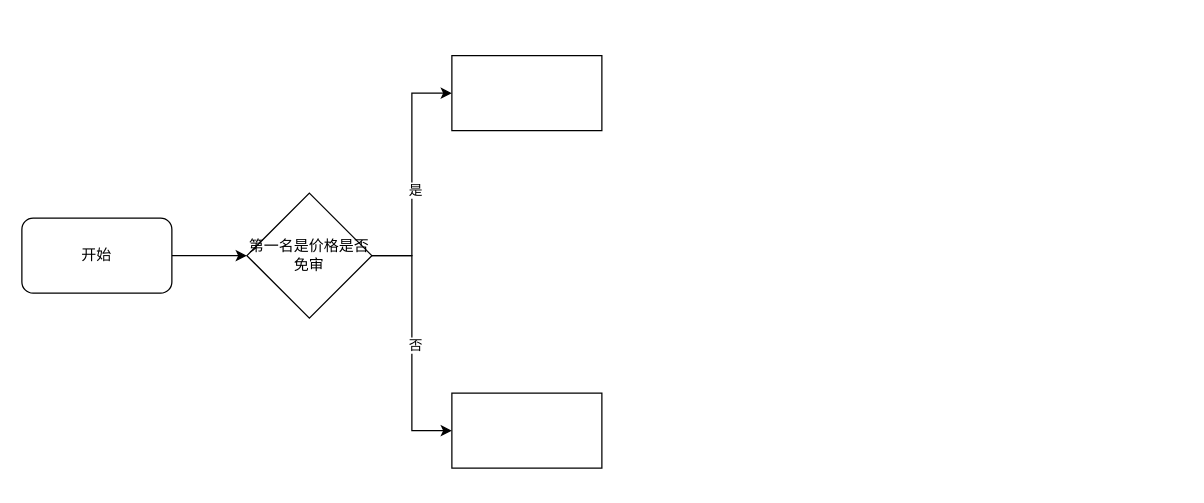
The draw.io diagram moji/信息流素材审核流程图.drawio in HengqianSong/drawIO, before the edit. Source tidied: cells renumbered, new cells numbered last; positions are measured from the earlier drawing's top-left corner, leaving out a move shared by most shapes. Both pictures are drawn from the tidied source at 125%, with x=0, y=0 at pixel (21, 55).
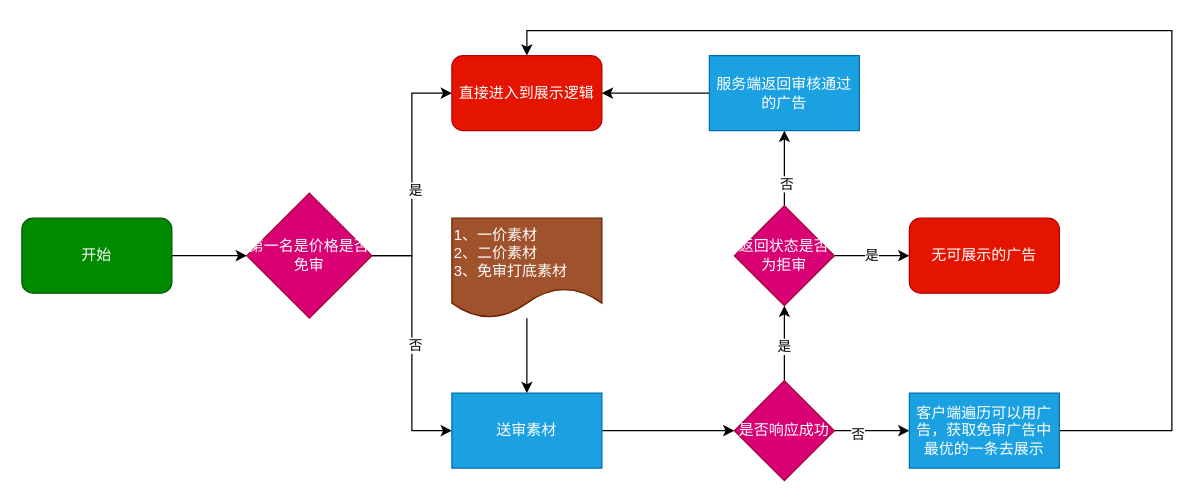
The same diagram, later.

Commit message (it also covers changes not shown here):
更新信息流素材审核流程图.drawio

Change to the diagram source:
```diff
@@
-    <mxCell id="3" value="开始" style="rounded=1;whiteSpace=wrap;html=1;" parent="1" vertex="1">
+    <mxCell id="3" value="开始" style="rounded=1;whiteSpace=wrap;html=1;fillColor=#008a00;fontColor=#ffffff;strokeColor=#005700;" parent="1" vertex="1">
       <mxGeometry y="130" width="120" height="60" as="geometry" />
     </mxCell>
@@
-    <mxCell id="8" value="第一名是价格是否免审" style="rhombus;whiteSpace=wrap;html=1;" parent="1" vertex="1">
+    <mxCell id="8" value="第一名是价格是否免审" style="rhombus;whiteSpace=wrap;html=1;fillColor=#d80073;fontColor=#ffffff;strokeColor=#A50040;" parent="1" vertex="1">
       <mxGeometry x="180" y="110" width="100" height="100" as="geometry" />
     </mxCell>
-    <mxCell id="9" style="rounded=0;whiteSpace=wrap;html=1;" parent="1" vertex="1">
+    <mxCell id="9" value="直接进入到展示逻辑" style="rounded=1;whiteSpace=wrap;html=1;fillColor=#e51400;fontColor=#ffffff;strokeColor=#B20000;" parent="1" vertex="1">
       <mxGeometry x="344" width="120" height="60" as="geometry" />
     </mxCell>
+    <mxCell id="11" style="edgeStyle=orthogonalEdgeStyle;rounded=0;jettySize=auto;html=1;" parent="1" edge="1" source="10" target="16">
+      <mxGeometry relative="1" as="geometry" />
+    </mxCell>
-    <mxCell id="10" style="rounded=0;whiteSpace=wrap;html=1;" parent="1" vertex="1">
+    <mxCell id="10" value="送审素材" style="rounded=0;whiteSpace=wrap;html=1;fillColor=#1ba1e2;fontColor=#ffffff;strokeColor=#006EAF;" parent="1" vertex="1">
       <mxGeometry x="344" y="270" width="120" height="60" as="geometry" />
     </mxCell>
+    <mxCell id="12" style="edgeStyle=orthogonalEdgeStyle;rounded=0;jettySize=auto;html=1;entryX=0.5;entryY=1;entryDx=0;entryDy=0;" parent="1" edge="1" source="16" target="24">
+      <mxGeometry relative="1" as="geometry" />
+    </mxCell>
+    <mxCell id="13" value="是" style="edgeLabel;html=1;align=center;verticalAlign=middle;" parent="12" vertex="1">
+      <mxGeometry x="-0.07" y="1" relative="1" as="geometry" />
+    </mxCell>
+    <mxCell id="14" style="edgeStyle=orthogonalEdgeStyle;rounded=0;jettySize=auto;html=1;" parent="1" edge="1" source="16" target="20">
+      <mxGeometry relative="1" as="geometry" />
+    </mxCell>
+    <mxCell id="15" value="否" style="edgeLabel;html=1;align=center;verticalAlign=middle;" parent="14" vertex="1">
+      <mxGeometry x="-0.4" y="-2" relative="1" as="geometry" />
+    </mxCell>
+    <mxCell id="16" value="是否响应成功" style="rhombus;whiteSpace=wrap;html=1;rounded=0;fillColor=#d80073;fontColor=#ffffff;strokeColor=#A50040;" parent="1" vertex="1">
+      <mxGeometry x="570" y="260" width="80" height="80" as="geometry" />
+    </mxCell>
+    <mxCell id="17" style="edgeStyle=orthogonalEdgeStyle;rounded=0;jettySize=auto;html=1;" parent="1" edge="1" source="18" target="10">
+      <mxGeometry relative="1" as="geometry" />
+    </mxCell>
+    <mxCell id="18" value="&lt;font style=&quot;color: rgb(255, 255, 255);&quot;&gt;&lt;span style=&quot;background-color: transparent;&quot;&gt;1、一价素材&lt;/span&gt;&lt;br&gt;&lt;span style=&quot;background-color: transparent;&quot;&gt;2、二价素材&lt;/span&gt;&lt;br&gt;&lt;/font&gt;&lt;div&gt;&lt;font style=&quot;color: rgb(255, 255, 255);&quot;&gt;3、免审打底素材&lt;/font&gt;&lt;/div&gt;" style="shape=document;whiteSpace=wrap;html=1;boundedLbl=1;align=left;fillColor=#a0522d;fontColor=#ffffff;strokeColor=#6D1F00;" parent="1" vertex="1">
+      <mxGeometry x="344" y="130" width="120" height="80" as="geometry" />
+    </mxCell>
+    <mxCell id="19" style="edgeStyle=orthogonalEdgeStyle;rounded=0;jettySize=auto;html=1;entryX=0.5;entryY=0;entryDx=0;entryDy=0;" parent="1" edge="1" source="20" target="9">
+      <mxGeometry relative="1" as="geometry">
+        <Array as="points">
+          <mxPoint x="920" y="300" />
+          <mxPoint x="920" y="-20" />
+          <mxPoint x="404" y="-20" />
+        </Array>
+      </mxGeometry>
+    </mxCell>
+    <mxCell id="20" value="客户端遍历可以用广告，获取免审广告中最优的一条去展示" style="whiteSpace=wrap;html=1;rounded=0;fillColor=#1ba1e2;fontColor=#ffffff;strokeColor=#006EAF;" parent="1" vertex="1">
+      <mxGeometry x="710" y="270" width="120" height="60" as="geometry" />
+    </mxCell>
+    <mxCell id="21" value="是" style="edgeStyle=orthogonalEdgeStyle;rounded=0;jettySize=auto;html=1;" parent="1" edge="1" source="24" target="25">
+      <mxGeometry relative="1" as="geometry" />
+    </mxCell>
+    <mxCell id="22" style="edgeStyle=orthogonalEdgeStyle;rounded=0;jettySize=auto;html=1;" parent="1" edge="1" source="24" target="27">
+      <mxGeometry relative="1" as="geometry" />
+    </mxCell>
+    <mxCell id="23" value="否" style="edgeLabel;html=1;align=center;verticalAlign=middle;" parent="22" vertex="1">
+      <mxGeometry x="-0.4" y="-1" relative="1" as="geometry" />
+    </mxCell>
+    <mxCell id="24" value="返回状态是否为拒审" style="rhombus;whiteSpace=wrap;html=1;fillColor=#d80073;fontColor=#ffffff;strokeColor=#A50040;" parent="1" vertex="1">
+      <mxGeometry x="570" y="120" width="80" height="80" as="geometry" />
+    </mxCell>
+    <mxCell id="25" value="无可展示的广告" style="whiteSpace=wrap;html=1;fillColor=#e51400;fontColor=#ffffff;strokeColor=#B20000;rounded=1;" parent="1" vertex="1">
+      <mxGeometry x="710" y="130" width="120" height="60" as="geometry" />
+    </mxCell>
+    <mxCell id="26" style="edgeStyle=orthogonalEdgeStyle;rounded=0;jettySize=auto;html=1;" parent="1" edge="1" source="27" target="9">
+      <mxGeometry relative="1" as="geometry" />
+    </mxCell>
+    <mxCell id="27" value="服务端返回审核通过的广告" style="rounded=0;whiteSpace=wrap;html=1;fillColor=#1ba1e2;fontColor=#ffffff;strokeColor=#006EAF;" parent="1" vertex="1">
+      <mxGeometry x="550" width="120" height="60" as="geometry" />
+    </mxCell>
```
